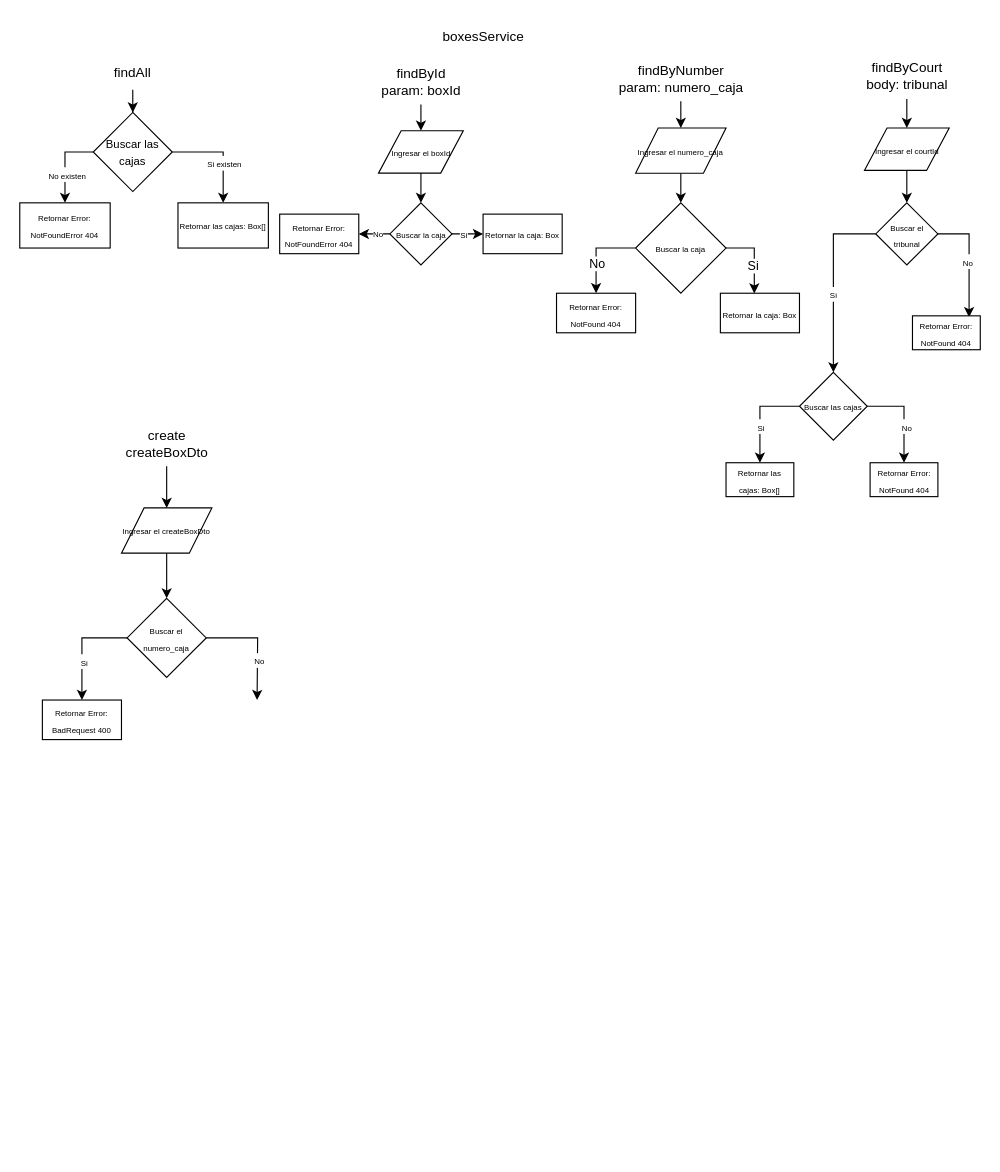
ialmontedr0/pacv2-backend keeps this draw.io diagram as boxesService.drawio. Above is the earlier version. Source tidied: cells renumbered, new cells numbered last; positions are measured from the earlier drawing's top-left corner, leaving out a move shared by most shapes. Both pictures are drawn from the tidied source at 113%, with x=0, y=0 at pixel (19, 19).
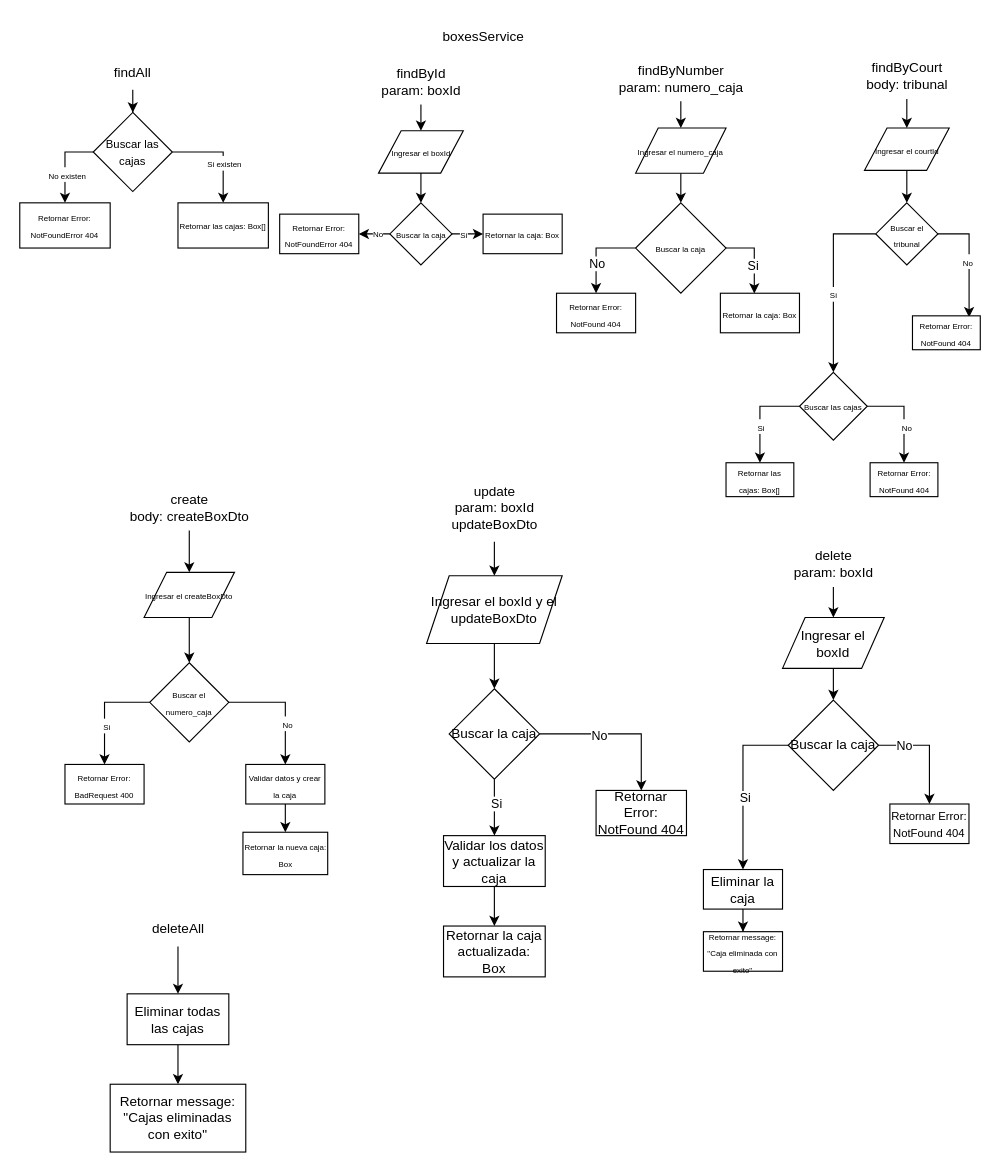
After the change.

The edit, as a diff of the source:
```diff
@@
-    <mxCell id="52" value="&lt;div&gt;create&lt;/div&gt;&lt;div&gt;createBoxDto&lt;br&gt;&lt;/div&gt;" style="text;html=1;align=center;verticalAlign=middle;points=[];strokeColor=none;fillColor=none;" parent="1" vertex="1">
-      <mxGeometry x="80" y="355" width="100" height="40" as="geometry" />
+    <mxCell id="52" value="&lt;div&gt;create&lt;/div&gt;&lt;div&gt;body: createBoxDto&lt;br&gt;&lt;/div&gt;" style="text;html=1;align=center;verticalAlign=middle;points=[];strokeColor=none;fillColor=none;" parent="1" vertex="1">
+      <mxGeometry x="85" y="412" width="130" height="40" as="geometry" />
     </mxCell>
@@
     <mxCell id="54" value="&lt;font style=&quot;font-size: 7px;&quot;&gt;Ingresar el createBoxDto&lt;/font&gt;" style="shape=parallelogram;perimeter=parallelogramPerimeter;whiteSpace=wrap;html=1;fixedSize=1;" parent="1" vertex="1">
-      <mxGeometry x="90" y="432" width="80" height="40" as="geometry" />
+      <mxGeometry x="110" y="489" width="80" height="40" as="geometry" />
     </mxCell>
@@
-    <mxCell id="57" style="edgeStyle=orthogonalEdgeStyle;rounded=0;jettySize=auto;html=1;" parent="1" edge="1" source="59">
-      <mxGeometry relative="1" as="geometry">
-        <mxPoint x="210" y="602" as="targetPoint" />
-      </mxGeometry>
+    <mxCell id="57" style="edgeStyle=orthogonalEdgeStyle;rounded=0;jettySize=auto;html=1;" parent="1" edge="1" source="59" target="62">
+      <mxGeometry relative="1" as="geometry" />
     </mxCell>
@@
     <mxCell id="59" value="&lt;font style=&quot;font-size: 7px;&quot;&gt;Buscar el numero_caja&lt;br&gt;&lt;/font&gt;" style="rhombus;whiteSpace=wrap;html=1;" parent="1" vertex="1">
-      <mxGeometry x="95" y="512" width="70" height="70" as="geometry" />
+      <mxGeometry x="115" y="569" width="70" height="70" as="geometry" />
     </mxCell>
     <mxCell id="60" value="&lt;font style=&quot;font-size: 7px;&quot;&gt;Retornar Error: BadRequest 400&lt;br&gt;&lt;/font&gt;" style="rounded=0;whiteSpace=wrap;html=1;" parent="1" vertex="1">
-      <mxGeometry x="20" y="602" width="70" height="35" as="geometry" />
+      <mxGeometry x="40" y="659" width="70" height="35" as="geometry" />
     </mxCell>
+    <mxCell id="61" style="edgeStyle=orthogonalEdgeStyle;rounded=0;jettySize=auto;html=1;" parent="1" edge="1" source="62" target="63">
+      <mxGeometry relative="1" as="geometry" />
+    </mxCell>
+    <mxCell id="62" value="&lt;font style=&quot;font-size: 7px;&quot;&gt;Validar datos y crear la caja&lt;br&gt;&lt;/font&gt;" style="rounded=0;whiteSpace=wrap;html=1;" parent="1" vertex="1">
+      <mxGeometry x="200" y="659" width="70" height="35" as="geometry" />
+    </mxCell>
+    <mxCell id="63" value="&lt;font style=&quot;font-size: 7px;&quot;&gt;Retornar la nueva caja: Box&lt;br&gt;&lt;/font&gt;" style="rounded=0;whiteSpace=wrap;html=1;" parent="1" vertex="1">
+      <mxGeometry x="197.5" y="719" width="75" height="37.5" as="geometry" />
+    </mxCell>
+    <mxCell id="64" style="edgeStyle=orthogonalEdgeStyle;rounded=0;jettySize=auto;html=1;" parent="1" edge="1" source="65" target="67">
+      <mxGeometry relative="1" as="geometry" />
+    </mxCell>
+    <mxCell id="65" value="&lt;div&gt;update&lt;br&gt;param: boxId&lt;br&gt;&lt;/div&gt;&lt;div&gt;updateBoxDto&lt;br&gt;&lt;/div&gt;" style="text;html=1;align=center;verticalAlign=middle;points=[];strokeColor=none;fillColor=none;" parent="1" vertex="1">
+      <mxGeometry x="370" y="402" width="100" height="60" as="geometry" />
+    </mxCell>
+    <mxCell id="66" style="edgeStyle=orthogonalEdgeStyle;rounded=0;jettySize=auto;html=1;" parent="1" edge="1" source="67" target="72">
+      <mxGeometry relative="1" as="geometry" />
+    </mxCell>
+    <mxCell id="67" value="Ingresar el boxId y el updateBoxDto" style="shape=parallelogram;perimeter=parallelogramPerimeter;whiteSpace=wrap;html=1;fixedSize=1;" parent="1" vertex="1">
+      <mxGeometry x="360" y="492" width="120" height="60" as="geometry" />
+    </mxCell>
+    <mxCell id="68" style="edgeStyle=orthogonalEdgeStyle;rounded=0;jettySize=auto;html=1;" parent="1" edge="1" source="72" target="73">
+      <mxGeometry relative="1" as="geometry" />
+    </mxCell>
+    <mxCell id="69" value="No" style="edgeLabel;html=1;align=center;verticalAlign=middle;" parent="68" vertex="1">
+      <mxGeometry x="-0.26" y="-1" relative="1" as="geometry" />
+    </mxCell>
+    <mxCell id="70" style="edgeStyle=orthogonalEdgeStyle;rounded=0;jettySize=auto;html=1;" parent="1" edge="1" source="72" target="75">
+      <mxGeometry relative="1" as="geometry" />
+    </mxCell>
+    <mxCell id="71" value="Si" style="edgeLabel;html=1;align=center;verticalAlign=middle;" parent="70" vertex="1">
+      <mxGeometry x="-0.17" y="1" relative="1" as="geometry" />
+    </mxCell>
+    <mxCell id="72" value="Buscar la caja" style="rhombus;whiteSpace=wrap;html=1;" parent="1" vertex="1">
+      <mxGeometry x="380" y="592" width="80" height="80" as="geometry" />
+    </mxCell>
+    <mxCell id="73" value="Retornar Error: NotFound 404" style="rounded=0;whiteSpace=wrap;html=1;" parent="1" vertex="1">
+      <mxGeometry x="510" y="682" width="80" height="40" as="geometry" />
+    </mxCell>
+    <mxCell id="74" style="edgeStyle=orthogonalEdgeStyle;rounded=0;jettySize=auto;html=1;" parent="1" edge="1" source="75" target="76">
+      <mxGeometry relative="1" as="geometry" />
+    </mxCell>
+    <mxCell id="75" value="Validar los datos y actualizar la caja" style="rounded=0;whiteSpace=wrap;html=1;" parent="1" vertex="1">
+      <mxGeometry x="375" y="722" width="90" height="45" as="geometry" />
+    </mxCell>
+    <mxCell id="76" value="Retornar la caja actualizada: Box" style="rounded=0;whiteSpace=wrap;html=1;" parent="1" vertex="1">
+      <mxGeometry x="375" y="802" width="90" height="45" as="geometry" />
+    </mxCell>
+    <mxCell id="77" style="edgeStyle=orthogonalEdgeStyle;rounded=0;jettySize=auto;html=1;" parent="1" edge="1" source="78" target="80">
+      <mxGeometry relative="1" as="geometry" />
+    </mxCell>
+    <mxCell id="78" value="&lt;div&gt;delete&lt;/div&gt;&lt;div&gt;param: boxId&lt;br&gt;&lt;/div&gt;" style="text;html=1;align=center;verticalAlign=middle;points=[];strokeColor=none;fillColor=none;" parent="1" vertex="1">
+      <mxGeometry x="675" y="462" width="90" height="40" as="geometry" />
+    </mxCell>
+    <mxCell id="79" style="edgeStyle=orthogonalEdgeStyle;rounded=0;jettySize=auto;html=1;" parent="1" edge="1" source="80" target="85">
+      <mxGeometry relative="1" as="geometry" />
+    </mxCell>
+    <mxCell id="80" value="Ingresar el boxId" style="shape=parallelogram;perimeter=parallelogramPerimeter;whiteSpace=wrap;html=1;fixedSize=1;" parent="1" vertex="1">
+      <mxGeometry x="675" y="529" width="90" height="45" as="geometry" />
+    </mxCell>
+    <mxCell id="81" style="edgeStyle=orthogonalEdgeStyle;rounded=0;jettySize=auto;html=1;" parent="1" edge="1" source="85" target="86">
+      <mxGeometry relative="1" as="geometry" />
+    </mxCell>
+    <mxCell id="82" value="No" style="edgeLabel;html=1;align=center;verticalAlign=middle;" parent="81" vertex="1">
+      <mxGeometry x="-0.54" relative="1" as="geometry" />
+    </mxCell>
+    <mxCell id="83" style="edgeStyle=orthogonalEdgeStyle;rounded=0;jettySize=auto;html=1;" parent="1" edge="1" source="85" target="88">
+      <mxGeometry relative="1" as="geometry" />
+    </mxCell>
+    <mxCell id="84" value="Si" style="edgeLabel;html=1;align=center;verticalAlign=middle;" parent="83" vertex="1">
+      <mxGeometry x="0.14" y="1" relative="1" as="geometry" />
+    </mxCell>
+    <mxCell id="85" value="Buscar la caja " style="rhombus;whiteSpace=wrap;html=1;" parent="1" vertex="1">
+      <mxGeometry x="680" y="602" width="80" height="80" as="geometry" />
+    </mxCell>
+    <mxCell id="86" value="&lt;font style=&quot;font-size: 10px;&quot;&gt;Retornar Error: NotFound 404&lt;br&gt;&lt;/font&gt;" style="rounded=0;whiteSpace=wrap;html=1;" parent="1" vertex="1">
+      <mxGeometry x="770" y="694" width="70" height="35" as="geometry" />
+    </mxCell>
+    <mxCell id="87" style="edgeStyle=orthogonalEdgeStyle;rounded=0;jettySize=auto;html=1;" parent="1" edge="1" source="88" target="89">
+      <mxGeometry relative="1" as="geometry" />
+    </mxCell>
+    <mxCell id="88" value="Eliminar la caja" style="rounded=0;whiteSpace=wrap;html=1;" parent="1" vertex="1">
+      <mxGeometry x="605" y="752" width="70" height="35" as="geometry" />
+    </mxCell>
+    <mxCell id="89" value="&lt;font style=&quot;font-size: 7px;&quot;&gt;Retornar message: &quot;Caja eliminada con exito&quot;&lt;br&gt;&lt;/font&gt;" style="rounded=0;whiteSpace=wrap;html=1;" parent="1" vertex="1">
+      <mxGeometry x="605" y="807" width="70" height="35" as="geometry" />
+    </mxCell>
+    <mxCell id="90" style="edgeStyle=orthogonalEdgeStyle;rounded=0;jettySize=auto;html=1;" parent="1" edge="1" source="91" target="93">
+      <mxGeometry relative="1" as="geometry" />
+    </mxCell>
+    <mxCell id="91" value="deleteAll" style="text;html=1;align=center;verticalAlign=middle;points=[];strokeColor=none;fillColor=none;" parent="1" vertex="1">
+      <mxGeometry x="105" y="790" width="70" height="30" as="geometry" />
+    </mxCell>
+    <mxCell id="92" style="edgeStyle=orthogonalEdgeStyle;rounded=0;jettySize=auto;html=1;" parent="1" edge="1" source="93" target="94">
+      <mxGeometry relative="1" as="geometry" />
+    </mxCell>
+    <mxCell id="93" value="Eliminar todas las cajas" style="rounded=0;whiteSpace=wrap;html=1;" parent="1" vertex="1">
+      <mxGeometry x="95" y="862" width="90" height="45" as="geometry" />
+    </mxCell>
+    <mxCell id="94" value="Retornar message: &quot;Cajas eliminadas con exito&quot;" style="rounded=0;whiteSpace=wrap;html=1;" parent="1" vertex="1">
+      <mxGeometry x="80" y="942" width="120" height="60" as="geometry" />
+    </mxCell>
```
